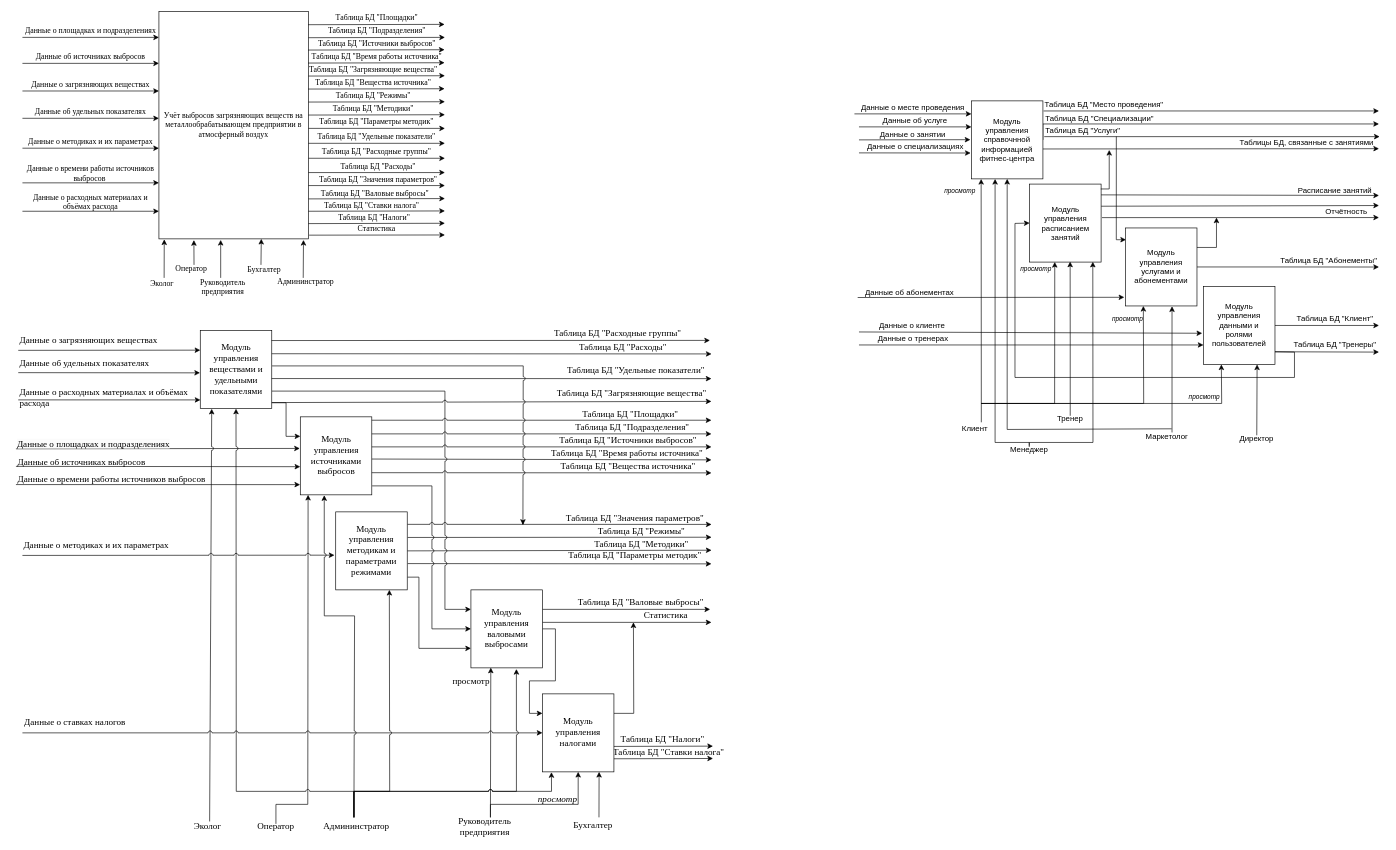
This is page "ДиагИсп" (1 of 2) of Диаг_IDEF.drawio from leg0ushque/emission-tracking-app, a draw.io file, before an edit. Source tidied: cells renumbered, new cells numbered last; positions are measured from the earlier drawing's top-left corner, leaving out a move shared by most shapes. Both pictures are drawn from the tidied source at 65%, with x=0, y=0 at pixel (16, 11).
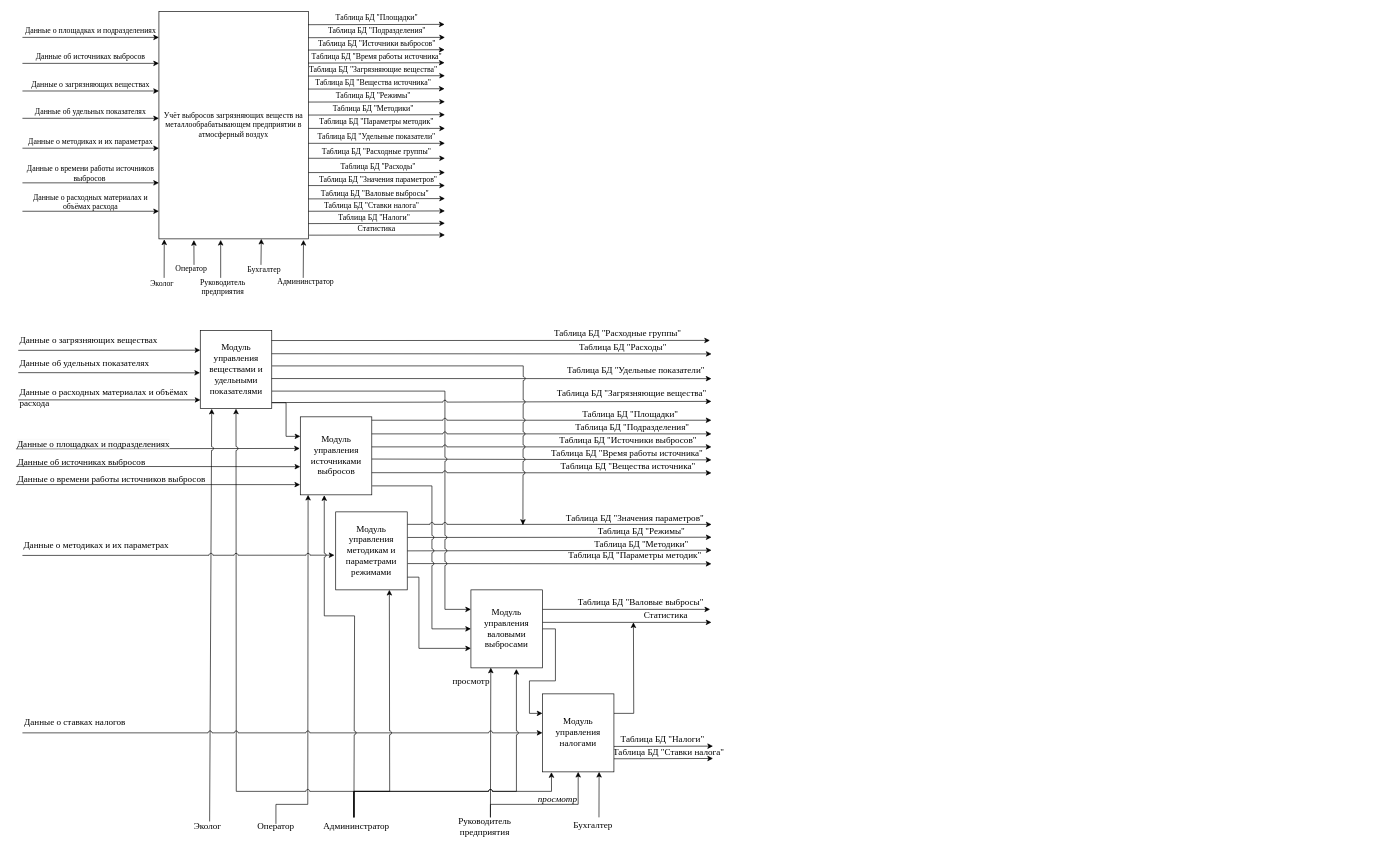
The same page after the edit.

The edit, as a diff of the source:
```diff
@@
-    <mxCell id="32" style="edgeStyle=orthogonalEdgeStyle;rounded=0;jettySize=auto;html=1;exitX=1;exitY=0.5;exitDx=0;exitDy=0;" parent="1" edge="1" source="33">
-      <mxGeometry relative="1" as="geometry">
-        <mxPoint x="2097" y="173.2" as="targetPoint" />
-        <Array as="points">
-          <mxPoint x="1580" y="173.2" />
-          <mxPoint x="2097" y="173.2" />
-        </Array>
-      </mxGeometry>
-    </mxCell>
-    <mxCell id="33" value="Модуль управления справочнной информацией фитнес-центра" style="rounded=0;whiteSpace=wrap;html=1;" parent="1" vertex="1">
-      <mxGeometry x="1470" y="137.7" width="110" height="120" as="geometry" />
-    </mxCell>
-    <mxCell id="34" value="Отчётность" style="text;html=1;strokeColor=none;fillColor=none;align=center;verticalAlign=middle;whiteSpace=wrap;rounded=0;" parent="1" vertex="1">
-      <mxGeometry x="1997" y="298.7" width="100" height="20" as="geometry" />
-    </mxCell>
-    <mxCell id="35" style="endArrow=classic;html=1;entryX=1;entryY=1;entryDx=0;entryDy=0;exitX=0;exitY=1;exitDx=0;exitDy=0;" parent="1" edge="1" source="37" target="37">
-      <mxGeometry relative="1" as="geometry" />
-    </mxCell>
-    <mxCell id="36" style="endArrow=classic;html=1;entryX=1;entryY=1;entryDx=0;entryDy=0;exitX=0;exitY=1;exitDx=0;exitDy=0;" parent="1" edge="1" source="38" target="38">
-      <mxGeometry relative="1" as="geometry" />
-    </mxCell>
-    <mxCell id="37" value="Данные о месте проведения" style="text;html=1;strokeColor=none;fillColor=none;align=center;verticalAlign=middle;whiteSpace=wrap;rounded=0;" parent="1" vertex="1">
-      <mxGeometry x="1290" y="137.7" width="180" height="20" as="geometry" />
-    </mxCell>
-    <mxCell id="38" value="Данные об услуге" style="text;html=1;strokeColor=none;fillColor=none;align=center;verticalAlign=middle;whiteSpace=wrap;rounded=0;" parent="1" vertex="1">
-      <mxGeometry x="1297" y="157.7" width="173" height="20" as="geometry" />
-    </mxCell>
-    <mxCell id="39" style="endArrow=classic;html=1;entryX=0.25;entryY=1;entryDx=0;entryDy=0;rounded=0;" parent="1" edge="1" target="67">
-      <mxGeometry relative="1" as="geometry">
-        <mxPoint x="1485" y="603.2" as="sourcePoint" />
-        <Array as="points">
-          <mxPoint x="1855" y="603.2" />
-        </Array>
-      </mxGeometry>
-    </mxCell>
-    <mxCell id="40" value="&amp;nbsp; &amp;nbsp;" style="text;html=1;strokeColor=none;fillColor=none;align=center;verticalAlign=middle;whiteSpace=wrap;rounded=0;" parent="1" vertex="1">
-      <mxGeometry x="1475.5" y="632.2" width="19.5" height="20" as="geometry" />
-    </mxCell>
-    <mxCell id="41" style="edgeStyle=orthogonalEdgeStyle;rounded=0;jettySize=auto;html=1;exitX=0.5;exitY=0;exitDx=0;exitDy=0;entryX=0.567;entryY=0.994;entryDx=0;entryDy=0;entryPerimeter=0;fontSize=10;" parent="1" edge="1" source="42" target="68">
-      <mxGeometry relative="1" as="geometry" />
-    </mxCell>
-    <mxCell id="42" value="Тренер" style="text;html=1;strokeColor=none;fillColor=none;align=center;verticalAlign=middle;whiteSpace=wrap;rounded=0;" parent="1" vertex="1">
-      <mxGeometry x="1599" y="622.2" width="46" height="10" as="geometry" />
-    </mxCell>
-    <mxCell id="43" style="endArrow=classic;html=1;entryX=0.884;entryY=0.996;entryDx=0;entryDy=0;exitX=0.5;exitY=-0.2;exitDx=0;exitDy=0;exitPerimeter=0;entryPerimeter=0;rounded=0;" parent="1" edge="1" source="45" target="68">
-      <mxGeometry relative="1" as="geometry">
-        <Array as="points">
-          <mxPoint x="1559" y="663.2" />
-          <mxPoint x="1657" y="663.2" />
-        </Array>
-      </mxGeometry>
-    </mxCell>
-    <mxCell id="44" style="edgeStyle=orthogonalEdgeStyle;rounded=0;jettySize=auto;html=1;exitX=0.5;exitY=0;exitDx=0;exitDy=0;entryX=0.331;entryY=1.001;entryDx=0;entryDy=0;entryPerimeter=0;endArrow=classic;endFill=1;fontSize=10;" parent="1" edge="1" source="45" target="33">
-      <mxGeometry relative="1" as="geometry">
-        <Array as="points">
-          <mxPoint x="1559" y="663.2" />
-          <mxPoint x="1506" y="663.2" />
-        </Array>
-      </mxGeometry>
-    </mxCell>
-    <mxCell id="45" value="Менеджер" style="text;html=1;strokeColor=none;fillColor=none;align=center;verticalAlign=middle;whiteSpace=wrap;rounded=0;" parent="1" vertex="1">
-      <mxGeometry x="1527" y="670.2" width="64" height="10" as="geometry" />
-    </mxCell>
-    <mxCell id="46" style="endArrow=classic;html=1;entryX=0.651;entryY=1.005;entryDx=0;entryDy=0;entryPerimeter=0;exitX=0.619;exitY=0.039;exitDx=0;exitDy=0;exitPerimeter=0;" parent="1" edge="1" source="47" target="70">
-      <mxGeometry relative="1" as="geometry" />
-    </mxCell>
-    <mxCell id="47" value="Маркетолог" style="text;html=1;strokeColor=none;fillColor=none;align=center;verticalAlign=middle;whiteSpace=wrap;rounded=0;" parent="1" vertex="1">
-      <mxGeometry x="1739" y="647.2" width="64" height="15" as="geometry" />
-    </mxCell>
-    <mxCell id="48" style="endArrow=classic;html=1;entryX=0.75;entryY=1;entryDx=0;entryDy=0;exitX=0.5;exitY=0;exitDx=0;exitDy=0;" parent="1" edge="1" source="49" target="67">
-      <mxGeometry relative="1" as="geometry" />
-    </mxCell>
-    <mxCell id="49" value="Директор" style="text;html=1;strokeColor=none;fillColor=none;align=center;verticalAlign=middle;whiteSpace=wrap;rounded=0;" parent="1" vertex="1">
-      <mxGeometry x="1877" y="652.2" width="64" height="10" as="geometry" />
-    </mxCell>
-    <mxCell id="50" value="Данные о клиенте" style="text;html=1;strokeColor=none;fillColor=none;align=center;verticalAlign=middle;whiteSpace=wrap;rounded=0;" parent="1" vertex="1">
-      <mxGeometry x="1303.5" y="473.2" width="150" height="20" as="geometry" />
-    </mxCell>
-    <mxCell id="51" value="Данные о тренерах" style="text;html=1;strokeColor=none;fillColor=none;align=center;verticalAlign=middle;whiteSpace=wrap;rounded=0;" parent="1" vertex="1">
-      <mxGeometry x="1317.5" y="493.2" width="125" height="20" as="geometry" />
-    </mxCell>
-    <mxCell id="52" value="Данные об абонементах" style="text;html=1;strokeColor=none;fillColor=none;align=center;verticalAlign=middle;whiteSpace=wrap;rounded=0;" parent="1" vertex="1">
-      <mxGeometry x="1295" y="423.2" width="160" height="20" as="geometry" />
-    </mxCell>
-    <mxCell id="53" style="endArrow=classic;html=1;entryX=1;entryY=1;entryDx=0;entryDy=0;exitX=0;exitY=1;exitDx=0;exitDy=0;" parent="1" edge="1" source="55" target="55">
-      <mxGeometry relative="1" as="geometry" />
-    </mxCell>
-    <mxCell id="54" style="endArrow=classic;html=1;entryX=1;entryY=1;entryDx=0;entryDy=0;exitX=0;exitY=1;exitDx=0;exitDy=0;" parent="1" edge="1" source="57" target="57">
-      <mxGeometry relative="1" as="geometry" />
-    </mxCell>
-    <mxCell id="55" value="Таблица БД &quot;Место проведения&quot;" style="text;html=1;strokeColor=none;fillColor=none;align=left;verticalAlign=middle;whiteSpace=wrap;rounded=0;" parent="1" vertex="1">
-      <mxGeometry x="1581" y="133.2" width="516" height="20" as="geometry" />
-    </mxCell>
-    <mxCell id="56" style="edgeStyle=orthogonalEdgeStyle;rounded=0;jettySize=auto;html=1;entryX=0.007;entryY=0.151;entryDx=0;entryDy=0;exitX=0.215;exitY=0.989;exitDx=0;exitDy=0;exitPerimeter=0;entryPerimeter=0;" parent="1" edge="1" source="57" target="70">
-      <mxGeometry relative="1" as="geometry">
-        <Array as="points">
-          <mxPoint x="1693" y="351.2" />
-        </Array>
-      </mxGeometry>
-    </mxCell>
-    <mxCell id="57" value="Таблица БД &quot;Услуги&quot;" style="text;html=1;strokeColor=none;fillColor=none;align=left;verticalAlign=middle;whiteSpace=wrap;rounded=0;" parent="1" vertex="1">
-      <mxGeometry x="1582" y="172.7" width="516" height="20" as="geometry" />
-    </mxCell>
-    <mxCell id="58" value="Таблица БД &quot;Клиент&quot;" style="text;html=1;strokeColor=none;fillColor=none;align=center;verticalAlign=middle;whiteSpace=wrap;rounded=0;" parent="1" vertex="1">
-      <mxGeometry x="1967" y="463.2" width="125" height="20" as="geometry" />
-    </mxCell>
-    <mxCell id="59" style="endArrow=classic;html=1;exitX=1;exitY=0.5;exitDx=0;exitDy=0;" parent="1" edge="1" source="67">
-      <mxGeometry relative="1" as="geometry">
-        <mxPoint x="2097" y="483.2" as="targetPoint" />
-      </mxGeometry>
-    </mxCell>
-    <mxCell id="60" style="endArrow=classic;html=1;rounded=0;entryX=0;entryY=0.5;entryDx=0;entryDy=0;" parent="1" edge="1" target="68">
-      <mxGeometry relative="1" as="geometry">
-        <mxPoint x="1937" y="523.7" as="sourcePoint" />
-        <Array as="points">
-          <mxPoint x="1967" y="524.2" />
-          <mxPoint x="1967" y="563.2" />
-          <mxPoint x="1537" y="563.2" />
-          <mxPoint x="1537" y="326.2" />
-        </Array>
-      </mxGeometry>
-    </mxCell>
-    <mxCell id="61" value="Таблица БД &quot;Специализации&quot;" style="text;html=1;strokeColor=none;fillColor=none;align=center;verticalAlign=middle;whiteSpace=wrap;rounded=0;" parent="1" vertex="1">
-      <mxGeometry x="1580" y="154.7" width="175" height="20" as="geometry" />
-    </mxCell>
-    <mxCell id="62" value="Таблица БД &quot;Тренеры&quot;" style="text;html=1;strokeColor=none;fillColor=none;align=center;verticalAlign=middle;whiteSpace=wrap;rounded=0;" parent="1" vertex="1">
-      <mxGeometry x="1962" y="503.2" width="135" height="20" as="geometry" />
-    </mxCell>
-    <mxCell id="63" value="Таблица БД &quot;Абонементы&quot;" style="text;html=1;strokeColor=none;fillColor=none;align=center;verticalAlign=middle;whiteSpace=wrap;rounded=0;" parent="1" vertex="1">
-      <mxGeometry x="1943" y="373.2" width="154" height="20" as="geometry" />
-    </mxCell>
-    <mxCell id="64" style="endArrow=classic;html=1;exitX=1.013;exitY=0.43;exitDx=0;exitDy=0;exitPerimeter=0;" parent="1" edge="1" source="68">
-      <mxGeometry relative="1" as="geometry">
-        <mxPoint x="2097" y="317.2" as="targetPoint" />
-      </mxGeometry>
-    </mxCell>
-    <mxCell id="65" style="endArrow=classic;html=1;exitX=0.891;exitY=0.138;exitDx=0;exitDy=0;exitPerimeter=0;" parent="1" edge="1" source="68">
-      <mxGeometry relative="1" as="geometry">
-        <mxPoint x="2097" y="283.2" as="targetPoint" />
-      </mxGeometry>
-    </mxCell>
-    <mxCell id="66" value="Расписание занятий" style="text;html=1;strokeColor=none;fillColor=none;align=center;verticalAlign=middle;whiteSpace=wrap;rounded=0;" parent="1" vertex="1">
-      <mxGeometry x="1962" y="265.7" width="135" height="20" as="geometry" />
-    </mxCell>
-    <mxCell id="67" value="Модуль управления данными и &lt;br&gt;ролями пользователей" style="rounded=0;whiteSpace=wrap;html=1;" parent="1" vertex="1">
-      <mxGeometry x="1827" y="423.2" width="110" height="120" as="geometry" />
-    </mxCell>
-    <mxCell id="68" value="Модуль управления расписанием занятий" style="rounded=0;whiteSpace=wrap;html=1;" parent="1" vertex="1">
-      <mxGeometry x="1559.5" y="265.7" width="110" height="120" as="geometry" />
-    </mxCell>
-    <mxCell id="69" style="edgeStyle=orthogonalEdgeStyle;rounded=0;jettySize=auto;html=1;exitX=1;exitY=0.5;exitDx=0;exitDy=0;" parent="1" edge="1" source="70">
-      <mxGeometry relative="1" as="geometry">
-        <mxPoint x="2097" y="393.3" as="targetPoint" />
-      </mxGeometry>
-    </mxCell>
-    <mxCell id="70" value="Модуль управления услугами и абонементами" style="rounded=0;whiteSpace=wrap;html=1;" parent="1" vertex="1">
-      <mxGeometry x="1707" y="333.2" width="110" height="120" as="geometry" />
-    </mxCell>
-    <mxCell id="71" style="endArrow=classic;html=1;entryX=0;entryY=0.75;entryDx=0;entryDy=0;rounded=0;" parent="1" edge="1" target="67">
-      <mxGeometry relative="1" as="geometry">
-        <mxPoint x="1297" y="513.2" as="sourcePoint" />
-      </mxGeometry>
-    </mxCell>
-    <mxCell id="72" value="Данные о занятии" style="text;html=1;strokeColor=none;fillColor=none;align=center;verticalAlign=middle;whiteSpace=wrap;rounded=0;" parent="1" vertex="1">
-      <mxGeometry x="1305" y="178.7" width="150" height="20" as="geometry" />
-    </mxCell>
-    <mxCell id="73" style="endArrow=classic;html=1;entryX=-0.015;entryY=0.377;entryDx=0;entryDy=0;entryPerimeter=0;" parent="1" edge="1">
-      <mxGeometry relative="1" as="geometry">
-        <mxPoint x="1297" y="197.7" as="sourcePoint" />
-        <mxPoint x="1468.4" y="197.4" as="targetPoint" />
-      </mxGeometry>
-    </mxCell>
-    <mxCell id="74" value="Данные о специализациях" style="text;html=1;strokeColor=none;fillColor=none;align=center;verticalAlign=middle;whiteSpace=wrap;rounded=0;" parent="1" vertex="1">
-      <mxGeometry x="1303.5" y="198.7" width="160" height="20" as="geometry" />
-    </mxCell>
-    <mxCell id="75" style="endArrow=classic;html=1;entryX=-0.011;entryY=0.548;entryDx=0;entryDy=0;entryPerimeter=0;" parent="1" edge="1">
-      <mxGeometry relative="1" as="geometry">
-        <mxPoint x="1297" y="217.7" as="sourcePoint" />
-        <mxPoint x="1468.8" y="217.9" as="targetPoint" />
-      </mxGeometry>
-    </mxCell>
-    <mxCell id="76" style="endArrow=classic;html=1;exitX=1;exitY=0.25;exitDx=0;exitDy=0;rounded=0;" parent="1" edge="1" source="70">
-      <mxGeometry relative="1" as="geometry">
-        <mxPoint x="1847" y="317.2" as="targetPoint" />
-        <Array as="points">
-          <mxPoint x="1847" y="363.2" />
-          <mxPoint x="1847" y="317.2" />
-        </Array>
-      </mxGeometry>
-    </mxCell>
-    <mxCell id="77" style="endArrow=classic;html=1;rounded=0;" parent="1" edge="1">
-      <mxGeometry relative="1" as="geometry">
-        <mxPoint x="1937" y="523.7" as="sourcePoint" />
-        <mxPoint x="2097" y="524.2" as="targetPoint" />
-      </mxGeometry>
-    </mxCell>
-    <mxCell id="78" style="endArrow=classic;html=1;exitX=1.002;exitY=0.284;exitDx=0;exitDy=0;entryX=1;entryY=0;entryDx=0;entryDy=0;exitPerimeter=0;" parent="1" edge="1" source="68" target="34">
-      <mxGeometry relative="1" as="geometry" />
-    </mxCell>
-    <mxCell id="79" value="Таблицы БД, связанные с занятиями" style="text;html=1;strokeColor=none;fillColor=none;align=center;verticalAlign=middle;whiteSpace=wrap;rounded=0;" parent="1" vertex="1">
-      <mxGeometry x="1875" y="192.7" width="222" height="18.5" as="geometry" />
-    </mxCell>
-    <mxCell id="80" style="endArrow=classic;html=1;rounded=0;" parent="1" edge="1">
-      <mxGeometry relative="1" as="geometry">
-        <mxPoint x="1669" y="273.2" as="sourcePoint" />
-        <mxPoint x="1682" y="213.2" as="targetPoint" />
-        <Array as="points">
-          <mxPoint x="1682" y="273.2" />
-        </Array>
-      </mxGeometry>
-    </mxCell>
-    <mxCell id="81" style="endArrow=classic;html=1;exitX=0.999;exitY=0.667;exitDx=0;exitDy=0;exitPerimeter=0;" parent="1" edge="1">
-      <mxGeometry relative="1" as="geometry">
-        <mxPoint x="1580" y="211.7" as="sourcePoint" />
-        <mxPoint x="2097" y="211.2" as="targetPoint" />
-      </mxGeometry>
-    </mxCell>
-    <mxCell id="82" style="endArrow=classic;html=1;rounded=0;" parent="1" edge="1">
-      <mxGeometry relative="1" as="geometry">
-        <mxPoint x="1297" y="493.2" as="sourcePoint" />
-        <mxPoint x="1825" y="495.2" as="targetPoint" />
-      </mxGeometry>
-    </mxCell>
-    <mxCell id="83" style="endArrow=classic;html=1;rounded=0;entryX=-0.017;entryY=0.889;entryDx=0;entryDy=0;entryPerimeter=0;" parent="1" edge="1" target="70">
-      <mxGeometry relative="1" as="geometry">
-        <mxPoint x="1295" y="440.2" as="sourcePoint" />
-      </mxGeometry>
-    </mxCell>
-    <mxCell id="84" style="endArrow=classic;html=1;entryX=0.25;entryY=1;entryDx=0;entryDy=0;rounded=0;" parent="1" edge="1" target="70">
-      <mxGeometry relative="1" as="geometry">
-        <mxPoint x="1485" y="603.2" as="sourcePoint" />
-        <Array as="points">
-          <mxPoint x="1735" y="603.2" />
-        </Array>
-      </mxGeometry>
-    </mxCell>
-    <mxCell id="85" style="endArrow=classic;html=1;entryX=0.352;entryY=0.999;entryDx=0;entryDy=0;rounded=0;entryPerimeter=0;" parent="1" edge="1" target="68">
-      <mxGeometry relative="1" as="geometry">
-        <mxPoint x="1485" y="603.2" as="sourcePoint" />
-        <Array as="points">
-          <mxPoint x="1598" y="603.2" />
-        </Array>
-      </mxGeometry>
-    </mxCell>
-    <mxCell id="86" style="endArrow=classic;html=1;exitX=0.5;exitY=0;exitDx=0;exitDy=0;entryX=0.136;entryY=1.001;entryDx=0;entryDy=0;entryPerimeter=0;" parent="1" edge="1" source="40" target="33">
-      <mxGeometry relative="1" as="geometry" />
-    </mxCell>
-    <mxCell id="87" value="&lt;i style=&quot;font-size: 10px;&quot;&gt;просмотр&lt;/i&gt;" style="text;html=1;strokeColor=none;fillColor=none;align=center;verticalAlign=middle;whiteSpace=wrap;rounded=0;fontSize=10;" parent="1" vertex="1">
-      <mxGeometry x="1424" y="265.7" width="57" height="20" as="geometry" />
-    </mxCell>
-    <mxCell id="88" value="&lt;i style=&quot;font-size: 10px;&quot;&gt;просмотр&lt;/i&gt;" style="text;html=1;strokeColor=none;fillColor=none;align=center;verticalAlign=middle;whiteSpace=wrap;rounded=0;fontSize=10;" parent="1" vertex="1">
-      <mxGeometry x="1540.5" y="385.7" width="57" height="20" as="geometry" />
-    </mxCell>
-    <mxCell id="89" value="&lt;i style=&quot;font-size: 10px;&quot;&gt;просмотр&lt;/i&gt;" style="text;html=1;strokeColor=none;fillColor=none;align=center;verticalAlign=middle;whiteSpace=wrap;rounded=0;fontSize=10;" parent="1" vertex="1">
-      <mxGeometry x="1682" y="463.2" width="57" height="20" as="geometry" />
-    </mxCell>
-    <mxCell id="90" value="&lt;i style=&quot;font-size: 10px;&quot;&gt;просмотр&lt;/i&gt;" style="text;html=1;strokeColor=none;fillColor=none;align=center;verticalAlign=middle;whiteSpace=wrap;rounded=0;fontSize=10;" parent="1" vertex="1">
-      <mxGeometry x="1799.5" y="583.2" width="57" height="20" as="geometry" />
-    </mxCell>
-    <mxCell id="91" style="endArrow=classic;html=1;rounded=0;entryX=0.5;entryY=1;entryDx=0;entryDy=0;" parent="1" edge="1" target="33">
-      <mxGeometry relative="1" as="geometry">
-        <mxPoint x="1778" y="642.2" as="sourcePoint" />
-        <Array as="points">
-          <mxPoint x="1525" y="643.2" />
-        </Array>
-      </mxGeometry>
-    </mxCell>
-    <mxCell id="92" value="Клиент" style="text;html=1;strokeColor=none;fillColor=none;align=center;verticalAlign=middle;whiteSpace=wrap;rounded=0;" parent="1" vertex="1">
-      <mxGeometry x="1453.5" y="632.2" width="43" height="20" as="geometry" />
-    </mxCell>
```
